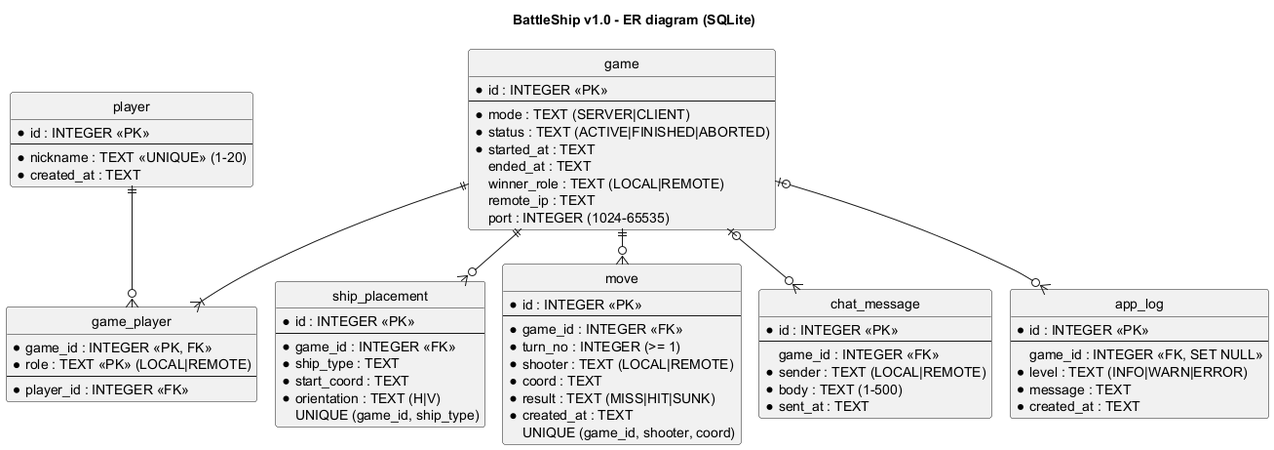
This is docs/diagrams/er.png from okantao/vurgahpeyi, a PlantUML export, as it was before one commit. The source it was exported from:
```plantuml
@startuml er
!pragma layout smetana
title BattleShip v1.0 - ER diagram (SQLite)
hide circle
skinparam linetype ortho

entity player {
  * id : INTEGER <<PK>>
  --
  * nickname : TEXT <<UNIQUE>> (1-20)
  * created_at : TEXT
}

entity game {
  * id : INTEGER <<PK>>
  --
  * mode : TEXT (SERVER|CLIENT)
  * status : TEXT (ACTIVE|FINISHED|ABORTED)
  * started_at : TEXT
  ended_at : TEXT
  winner_role : TEXT (LOCAL|REMOTE)
  remote_ip : TEXT
  port : INTEGER (1024-65535)
}

entity game_player {
  * game_id : INTEGER <<PK, FK>>
  * role : TEXT <<PK>> (LOCAL|REMOTE)
  --
  * player_id : INTEGER <<FK>>
}

entity ship_placement {
  * id : INTEGER <<PK>>
  --
  * game_id : INTEGER <<FK>>
  * ship_type : TEXT
  * start_coord : TEXT
  * orientation : TEXT (H|V)
  UNIQUE (game_id, ship_type)
}

entity move {
  * id : INTEGER <<PK>>
  --
  * game_id : INTEGER <<FK>>
  * turn_no : INTEGER (>= 1)
  * shooter : TEXT (LOCAL|REMOTE)
  * coord : TEXT
  * result : TEXT (MISS|HIT|SUNK)
  * created_at : TEXT
  UNIQUE (game_id, shooter, coord)
}

entity chat_message {
  * id : INTEGER <<PK>>
  --
  game_id : INTEGER <<FK>>
  * sender : TEXT (LOCAL|REMOTE)
  * body : TEXT (1-500)
  * sent_at : TEXT
}

entity app_log {
  * id : INTEGER <<PK>>
  --
  game_id : INTEGER <<FK, SET NULL>>
  * level : TEXT (INFO|WARN|ERROR)
  * message : TEXT
  * created_at : TEXT
}

player ||--o{ game_player
game ||--|{ game_player
game ||--o{ ship_placement
game ||--o{ move
game |o--o{ chat_message
game |o--o{ app_log
@enduml
```
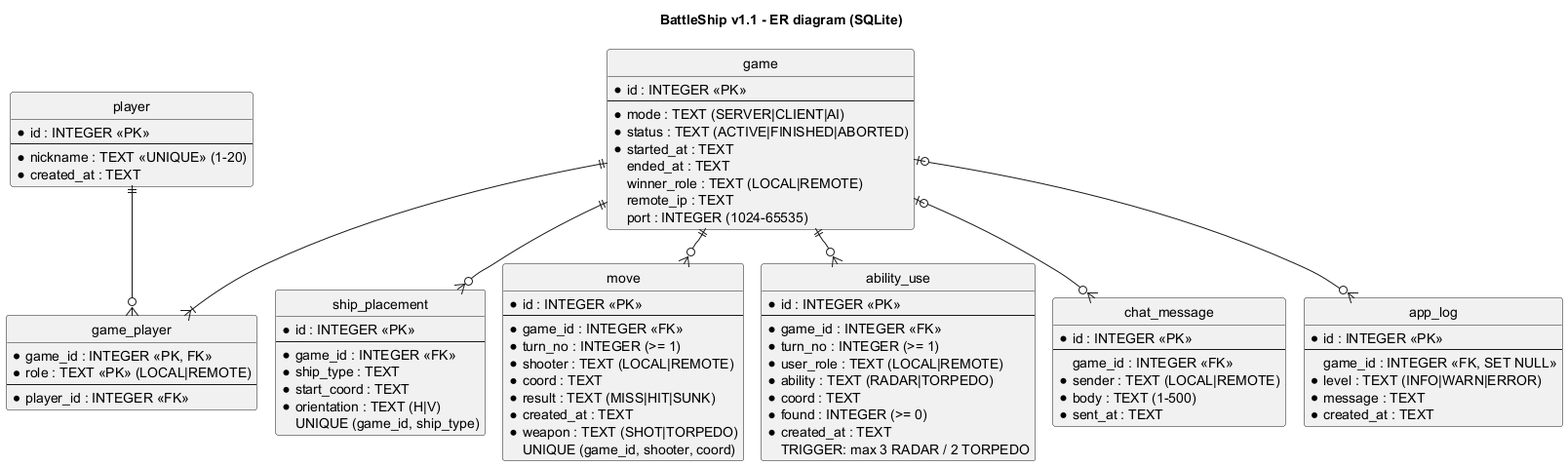
After the change.

Change to the diagram source:
```diff
@@ -1,6 +1,6 @@
 @startuml er
 !pragma layout smetana
-title BattleShip v1.0 - ER diagram (SQLite)
+title BattleShip v1.1 - ER diagram (SQLite)
 hide circle
 skinparam linetype ortho
 
@@ -14,7 +14,7 @@
 entity game {
   * id : INTEGER <<PK>>
   --
-  * mode : TEXT (SERVER|CLIENT)
+  * mode : TEXT (SERVER|CLIENT|AI)
   * status : TEXT (ACTIVE|FINISHED|ABORTED)
   * started_at : TEXT
   ended_at : TEXT
@@ -49,7 +49,21 @@
   * coord : TEXT
   * result : TEXT (MISS|HIT|SUNK)
   * created_at : TEXT
+  * weapon : TEXT (SHOT|TORPEDO)
   UNIQUE (game_id, shooter, coord)
+}
+
+entity ability_use {
+  * id : INTEGER <<PK>>
+  --
+  * game_id : INTEGER <<FK>>
+  * turn_no : INTEGER (>= 1)
+  * user_role : TEXT (LOCAL|REMOTE)
+  * ability : TEXT (RADAR|TORPEDO)
+  * coord : TEXT
+  * found : INTEGER (>= 0)
+  * created_at : TEXT
+  TRIGGER: max 3 RADAR / 2 TORPEDO
 }
 
 entity chat_message {
@@ -74,6 +88,7 @@
 game ||--|{ game_player
 game ||--o{ ship_placement
 game ||--o{ move
+game ||--o{ ability_use
 game |o--o{ chat_message
 game |o--o{ app_log
 @enduml
```
